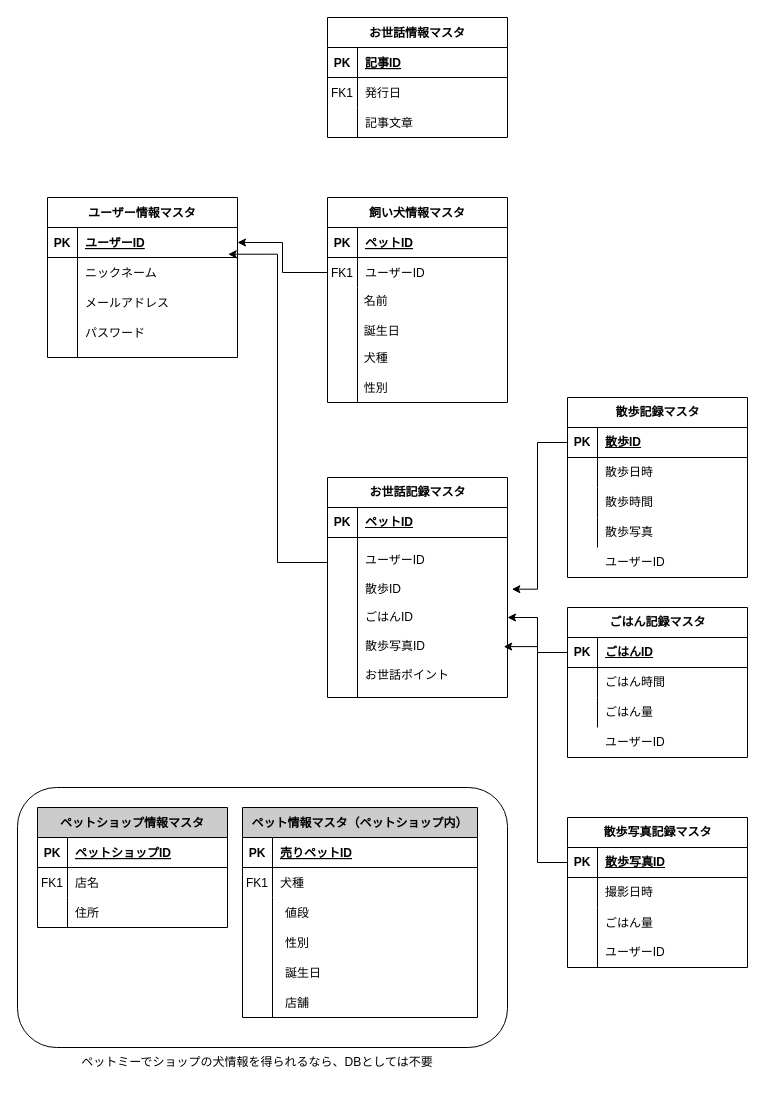
pikoppoko/drawio_01 keeps this draw.io diagram as folder/pawjourney_ER.drawio. Above is the earlier version. Source tidied: cells renumbered, new cells numbered last; positions are measured from the earlier drawing's top-left corner, leaving out a move shared by most shapes. Both pictures are drawn from the tidied source at 100%, with x=0, y=0 at pixel (17, 17).
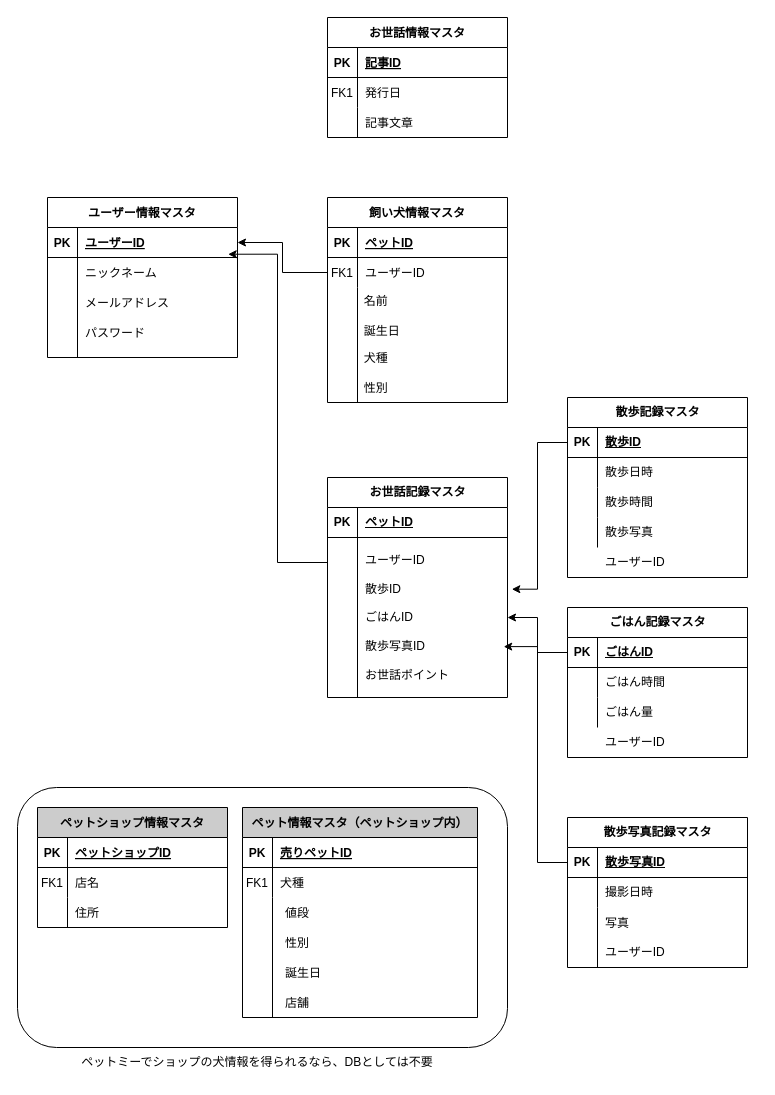
The same diagram, later.

Commit message (it also covers changes not shown here):
pawjourney_ER.drawio を更新します

Unchanged cells that the change refers to:
```xml
<mxCell id="105" style="shape=tableRow;horizontal=0;startSize=0;swimlaneHead=0;swimlaneBody=0;fillColor=none;top=0;left=0;right=0;bottom=0;" parent="98" vertex="1">
  <mxGeometry y="90" width="180" height="60" as="geometry" />
</mxCell>
```

The edit, as a diff of the source:
```diff
@@
-    <mxCell id="107" value="ごはん量&lt;div&gt;&lt;br&gt;&lt;/div&gt;&lt;div&gt;ユーザーID&lt;/div&gt;" style="shape=partialRectangle;fillColor=none;top=0;left=0;bottom=0;right=0;align=left;spacingLeft=6;overflow=hidden;whiteSpace=wrap;html=1;" parent="105" vertex="1">
+    <mxCell id="107" value="&lt;div&gt;写真&lt;/div&gt;&lt;div&gt;&lt;br&gt;&lt;/div&gt;&lt;div&gt;ユーザーID&lt;/div&gt;" style="shape=partialRectangle;fillColor=none;top=0;left=0;bottom=0;right=0;align=left;spacingLeft=6;overflow=hidden;whiteSpace=wrap;html=1;" parent="105" vertex="1">
       <mxGeometry x="30" width="150" height="60" as="geometry" />
     </mxCell>
```
